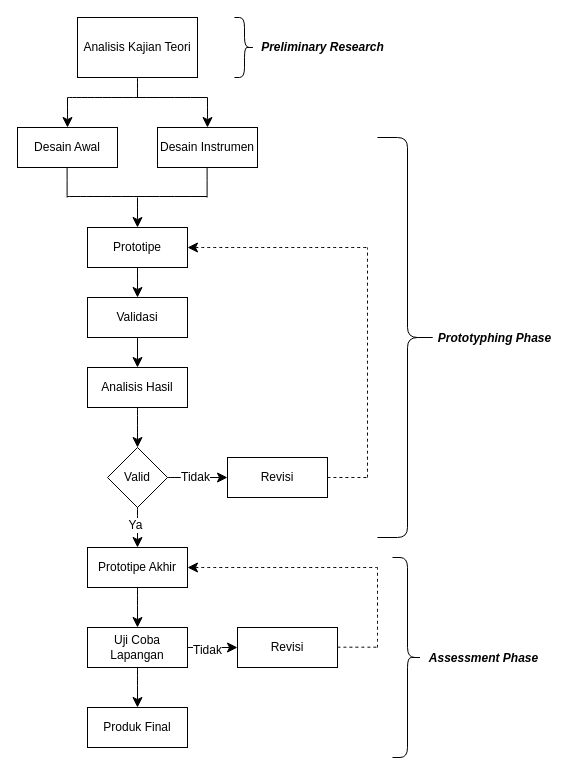
Before: Untitled Diagram.drawio in ayutresna/ayutresna.github.io, a draw.io diagram. Source tidied: cells renumbered, new cells numbered last; positions are measured from the earlier drawing's top-left corner, leaving out a move shared by most shapes. Both pictures are drawn from the tidied source at 100%, with x=0, y=0 at pixel (17, 17).
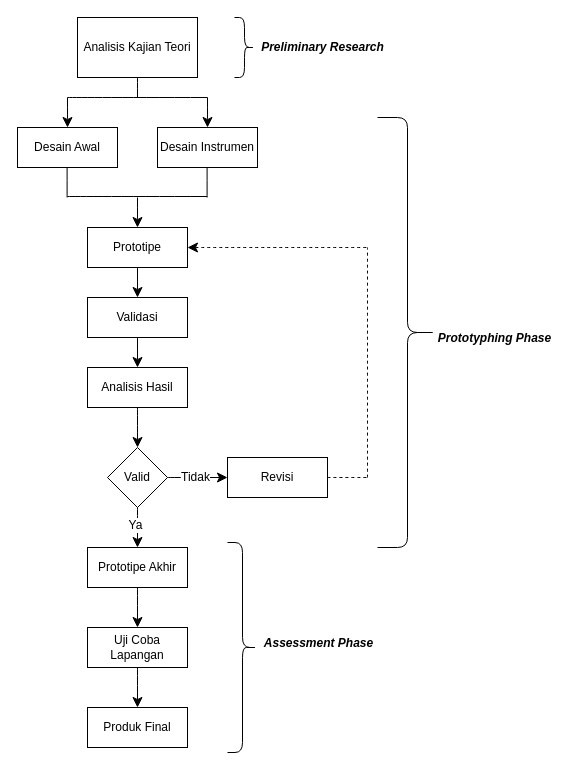
After the change.

Unchanged cells that the change refers to:
```xml
<mxCell id="24" value="Prototipe Akhir" style="rounded=0;whiteSpace=wrap;html=1;" parent="1" vertex="1">
  <mxGeometry x="70" y="530" width="100" height="40" as="geometry" />
</mxCell>
<mxCell id="28" value="Uji Coba Lapangan" style="rounded=0;whiteSpace=wrap;html=1;" parent="1" vertex="1">
  <mxGeometry x="70" y="610" width="100" height="40" as="geometry" />
</mxCell>
```

What changed in the source:
```diff
@@
-    <mxCell id="23" style="edgeStyle=none;curved=1;rounded=0;jettySize=auto;html=1;fontSize=12;startSize=8;endSize=8;startArrow=classic;startFill=1;endArrow=none;endFill=0;dashed=1;" parent="1" edge="1" source="24">
-      <mxGeometry relative="1" as="geometry">
-        <mxPoint x="360" y="550" as="targetPoint" />
-      </mxGeometry>
-    </mxCell>
@@
-    <mxCell id="26" style="edgeStyle=none;curved=1;rounded=0;jettySize=auto;html=1;entryX=0;entryY=0.5;entryDx=0;entryDy=0;fontSize=12;startSize=8;endSize=8;" parent="1" edge="1" source="28" target="30">
-      <mxGeometry relative="1" as="geometry" />
-    </mxCell>
-    <mxCell id="27" value="Tidak" style="edgeLabel;html=1;align=center;verticalAlign=middle;fontSize=12;" parent="26" vertex="1">
-      <mxGeometry x="-0.23" y="-2" relative="1" as="geometry" />
-    </mxCell>
@@
-    <mxCell id="30" value="Revisi" style="rounded=0;whiteSpace=wrap;html=1;" parent="1" vertex="1">
-      <mxGeometry x="220" y="610" width="100" height="40" as="geometry" />
-    </mxCell>
@@
-    <mxCell id="37" style="endArrow=none;dashed=1;html=1;rounded=0;fontSize=12;startSize=8;endSize=8;curved=1;" parent="1" edge="1">
-      <mxGeometry relative="1" as="geometry">
-        <mxPoint x="320" y="629.7" as="sourcePoint" />
-        <mxPoint x="360" y="629.7" as="targetPoint" />
-      </mxGeometry>
-    </mxCell>
-    <mxCell id="38" style="endArrow=none;dashed=1;html=1;rounded=0;fontSize=12;startSize=8;endSize=8;curved=1;" parent="1" edge="1">
-      <mxGeometry relative="1" as="geometry">
-        <mxPoint x="360" y="630" as="sourcePoint" />
-        <mxPoint x="360" y="550" as="targetPoint" />
-      </mxGeometry>
-    </mxCell>
@@
     <mxCell id="42" style="shape=curlyBracket;whiteSpace=wrap;html=1;rounded=1;flipH=1;labelPosition=right;verticalLabelPosition=middle;align=left;verticalAlign=middle;" parent="1" vertex="1">
-      <mxGeometry x="360" y="120" width="60" height="400" as="geometry" />
+      <mxGeometry x="360" y="100" width="60" height="430" as="geometry" />
     </mxCell>
     <mxCell id="43" style="shape=curlyBracket;whiteSpace=wrap;html=1;rounded=1;flipH=1;labelPosition=right;verticalLabelPosition=middle;align=left;verticalAlign=middle;size=0.5;" parent="1" vertex="1">
-      <mxGeometry x="375" y="540" width="30" height="200" as="geometry" />
+      <mxGeometry x="210" y="525" width="30" height="210" as="geometry" />
     </mxCell>
     <mxCell id="44" value="&lt;font style=&quot;font-size: 12px;&quot;&gt;&lt;i&gt;Assessment Phase&lt;/i&gt;&lt;/font&gt;" style="text;html=1;align=center;verticalAlign=middle;strokeColor=none;fillColor=none;fontSize=16;fontStyle=1;" parent="1" vertex="1">
-      <mxGeometry x="401" y="624" width="130" height="30" as="geometry" />
+      <mxGeometry x="236" y="609" width="130" height="30" as="geometry" />
     </mxCell>
```
